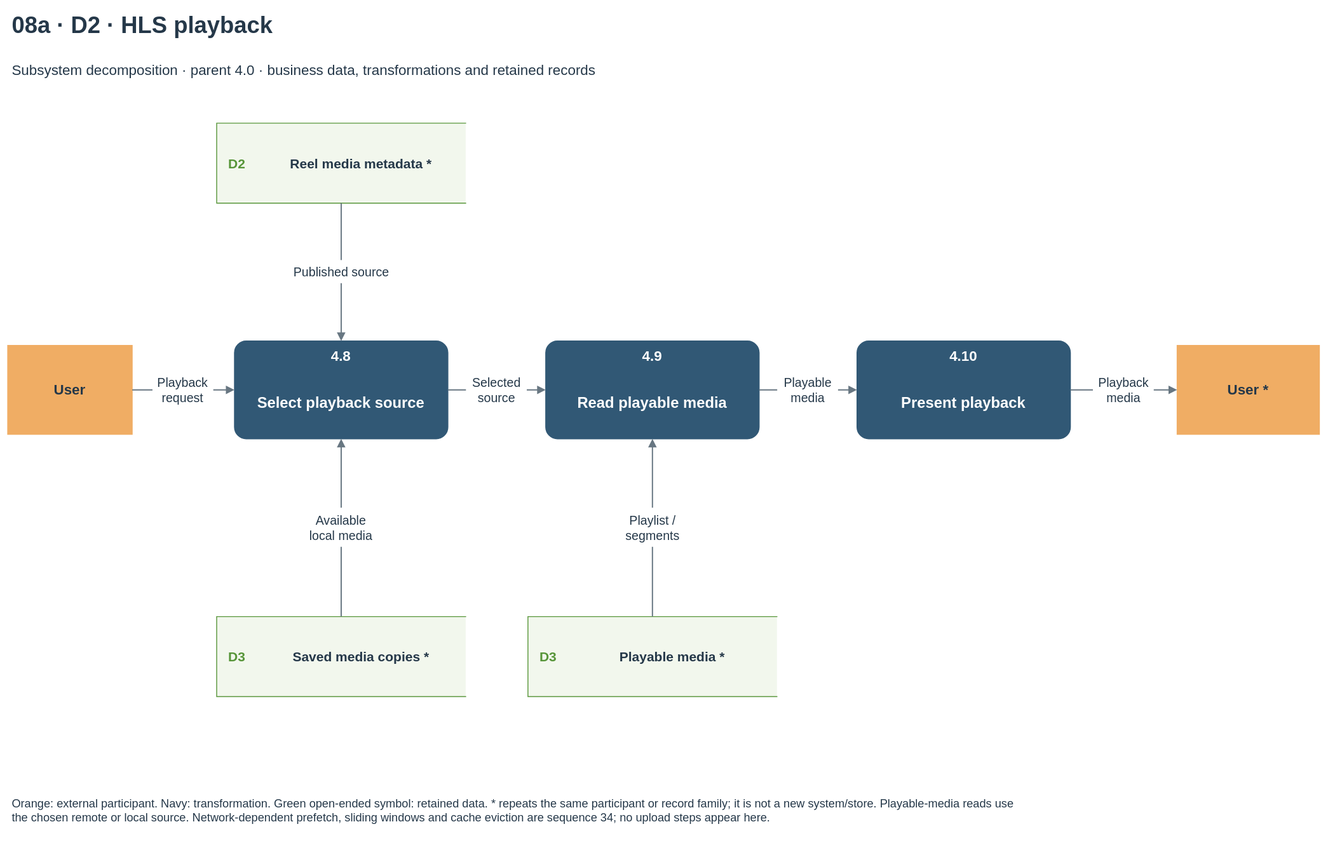
This is docs/diagrams/velora-current/importable-svg/08a-dfd-streaming.drawio.svg from HieuCuteDangYeu/velora-backend, a draw.io export, as it was before one commit. Source tidied: cells renumbered, new cells last; positions are measured from the earlier drawing's top-left corner, leaving out a move shared by most shapes.
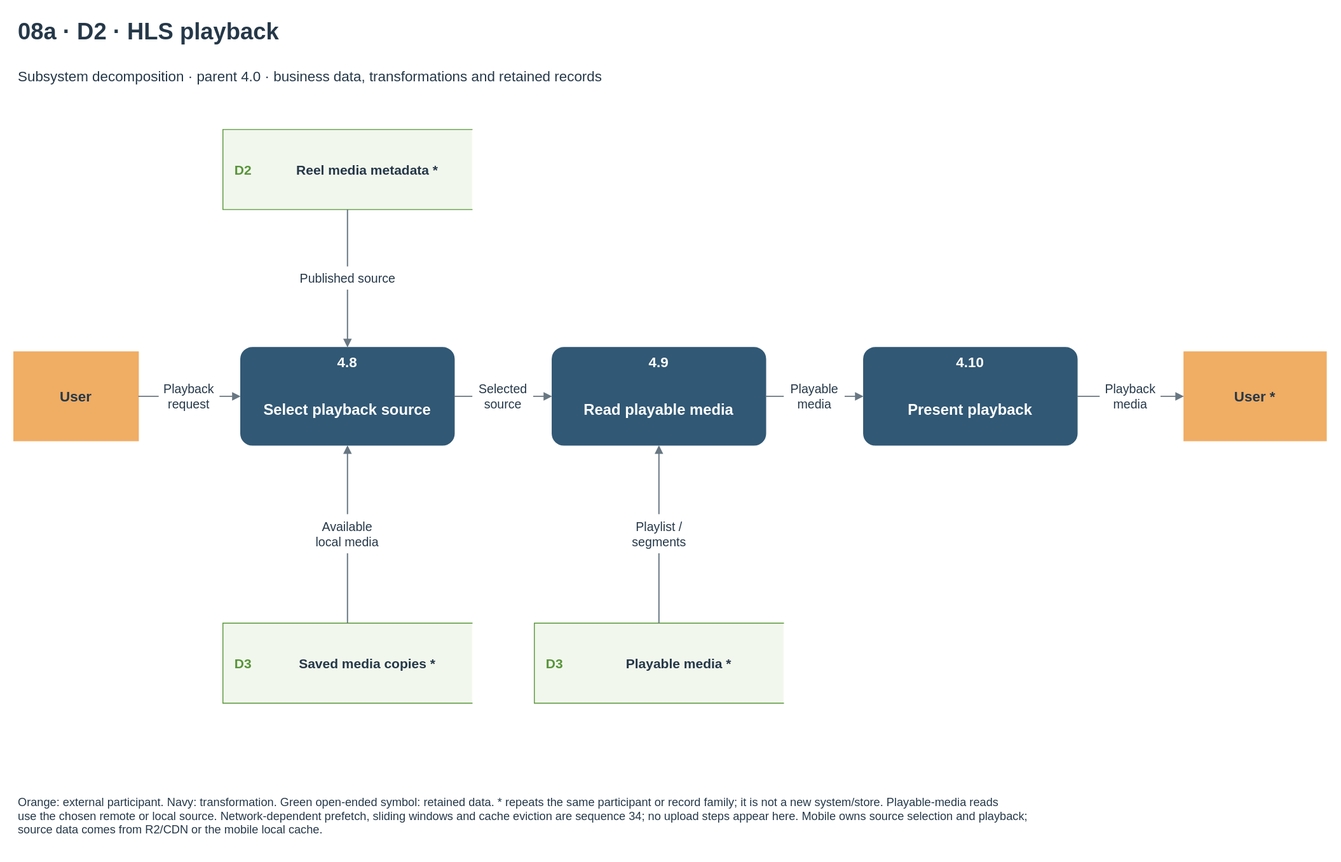
After the commit.

Diff of the diagram source:
```diff
@@ -137,8 +137,8 @@
     <mxCell id="46" value="Playlist /&lt;br&gt;segments" style="text;html=1;whiteSpace=wrap;fontFamily=Arial;fontSize=14;fontColor=#253849;fontStyle=0;align=center;verticalAlign=middle;spacing=0;" parent="1" vertex="1">
       <mxGeometry x="683.5" y="563" width="83" height="44" as="geometry" />
     </mxCell>
-    <mxCell id="47" value="Orange: external participant. Navy: transformation. Green open-ended symbol: retained data. * repeats the same participant or record family; it is not a new system/store. Playable-media reads use&lt;br&gt;the chosen remote or local source. Network-dependent prefetch, sliding windows and cache eviction are sequence 34; no upload steps appear here." style="text;html=1;whiteSpace=wrap;fontFamily=Arial;fontSize=13;fontColor=#253849;fontStyle=0;align=left;verticalAlign=middle;spacing=0;" parent="1" vertex="1">
-      <mxGeometry x="5" y="865" width="1460" height="75" as="geometry" />
+    <mxCell id="47" value="Orange: external participant. Navy: transformation. Green open-ended symbol: retained data. * repeats the same participant or record family; it is not a new system/store. Playable-media reads&lt;br&gt;use the chosen remote or local source. Network-dependent prefetch, sliding windows and cache eviction are sequence 34; no upload steps appear here. Mobile owns source selection and playback;&lt;br&gt;source data comes from R2/CDN or the mobile local cache." style="text;html=1;whiteSpace=wrap;fontFamily=Arial;fontSize=13;fontColor=#253849;fontStyle=0;align=left;verticalAlign=middle;spacing=0;" parent="1" vertex="1">
+      <mxGeometry x="5" y="865" width="1460" height="74" as="geometry" />
     </mxCell>
   </root>
 </mxGraphModel>
```
